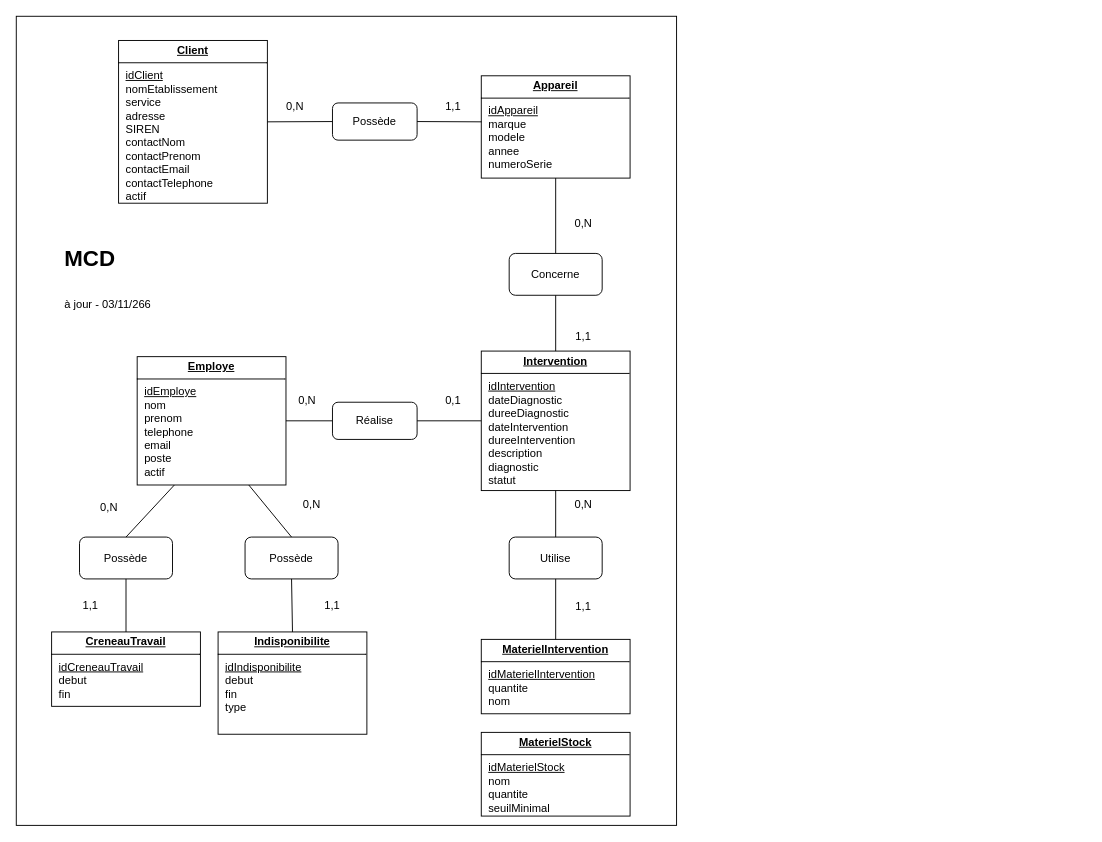
ilanven/Meditech-Care keeps this draw.io diagram as page "MCD" (1 of 4) of doc/conception/Merise - MeditechCare.drawio. Above is the earlier version. Source tidied: cells renumbered, new cells numbered last; positions are measured from the earlier drawing's top-left corner, leaving out a move shared by most shapes. Both pictures are drawn from the tidied source at 93%, with x=0, y=0 at pixel (16, 16).
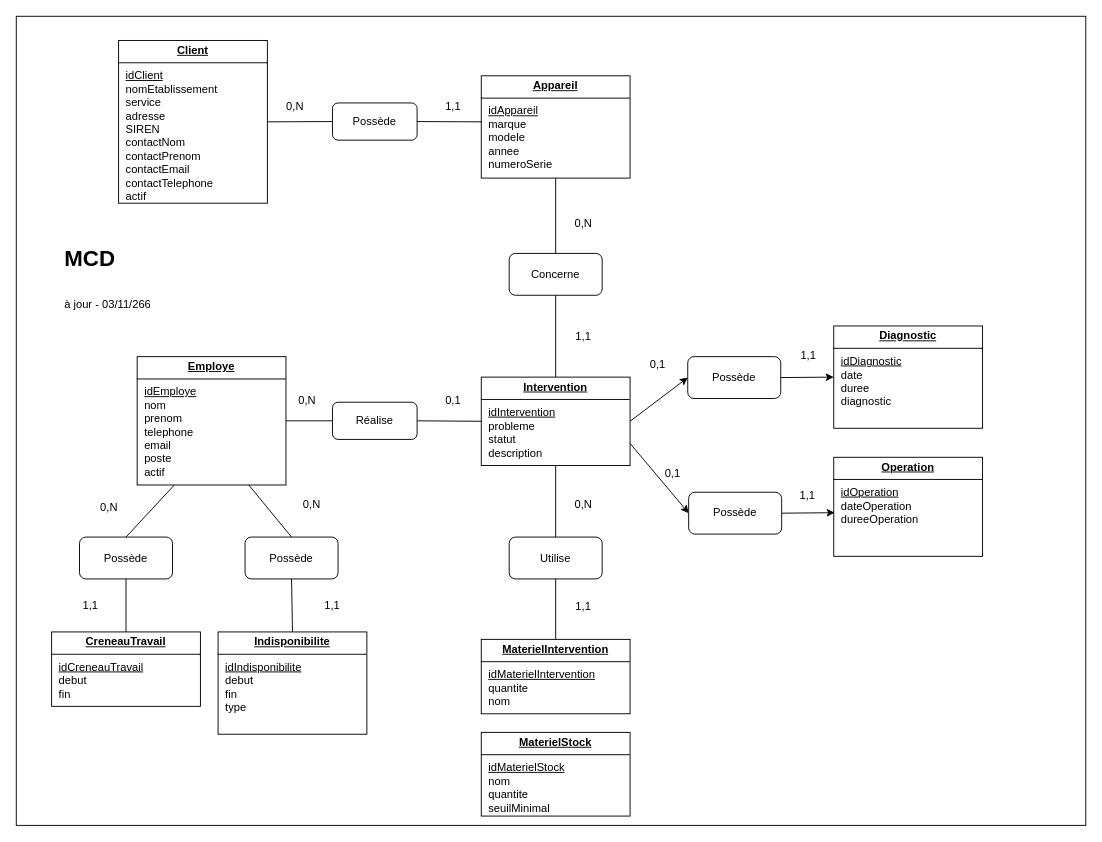
The same page after the edit.

Commit message:
maj du mcd : éclater entité Intervention

Change to the diagram source:
```diff
@@
     <mxCell id="2" style="whiteSpace=wrap;html=1;" parent="1" vertex="1">
-      <mxGeometry width="710" height="870" as="geometry" />
+      <mxGeometry width="1150" height="870" as="geometry" />
     </mxCell>
@@
+    <mxCell id="42" style="edgeStyle=none;rounded=0;jettySize=auto;html=1;exitX=1;exitY=0.5;exitDx=0;exitDy=0;entryX=0;entryY=0.5;entryDx=0;entryDy=0;defaultLabelBackgroundColor=page;" parent="1" edge="1" source="5" target="46">
+      <mxGeometry relative="1" as="geometry" />
+    </mxCell>
-    <mxCell id="5" value="&lt;p style=&quot;margin:0px;margin-top:4px;text-align:center;text-decoration:underline;&quot;&gt;&lt;b&gt;Intervention&lt;/b&gt;&lt;/p&gt;&lt;hr size=&quot;1&quot; style=&quot;border-style:solid;&quot;&gt;&lt;p style=&quot;margin:0px;margin-left:8px;&quot;&gt;&lt;span style=&quot;background-color: transparent; color: light-dark(rgb(0, 0, 0), rgb(255, 255, 255));&quot;&gt;&lt;u&gt;idIntervention&lt;/u&gt;&lt;/span&gt;&lt;/p&gt;&lt;p style=&quot;margin:0px;margin-left:8px;&quot;&gt;dateDiagnostic&lt;/p&gt;&lt;p style=&quot;margin:0px;margin-left:8px;&quot;&gt;dureeDiagnostic&lt;/p&gt;&lt;p style=&quot;margin:0px;margin-left:8px;&quot;&gt;dateIntervention&lt;/p&gt;&lt;p style=&quot;margin:0px;margin-left:8px;&quot;&gt;dureeIntervention&lt;/p&gt;&lt;p style=&quot;margin:0px;margin-left:8px;&quot;&gt;description&lt;/p&gt;&lt;p style=&quot;margin:0px;margin-left:8px;&quot;&gt;diagnostic&lt;/p&gt;&lt;p style=&quot;margin:0px;margin-left:8px;&quot;&gt;statut&lt;/p&gt;" style="verticalAlign=top;align=left;overflow=fill;html=1;whiteSpace=wrap;" parent="1" vertex="1">
-      <mxGeometry x="500" y="360" width="160" height="150" as="geometry" />
+    <mxCell id="5" value="&lt;p style=&quot;margin:0px;margin-top:4px;text-align:center;text-decoration:underline;&quot;&gt;&lt;b&gt;Intervention&lt;/b&gt;&lt;/p&gt;&lt;hr size=&quot;1&quot; style=&quot;border-style:solid;&quot;&gt;&lt;p style=&quot;margin:0px;margin-left:8px;&quot;&gt;&lt;span style=&quot;background-color: transparent; color: light-dark(rgb(0, 0, 0), rgb(255, 255, 255));&quot;&gt;&lt;u&gt;idIntervention&lt;/u&gt;&lt;/span&gt;&lt;/p&gt;&lt;p style=&quot;margin:0px;margin-left:8px;&quot;&gt;probleme&lt;/p&gt;&lt;p style=&quot;margin:0px;margin-left:8px;&quot;&gt;statut&lt;/p&gt;&lt;p style=&quot;margin:0px;margin-left:8px;&quot;&gt;&lt;span style=&quot;background-color: transparent; color: light-dark(#000000, var(--ge-light-color, #ffffff));&quot;&gt;description&lt;/span&gt;&lt;/p&gt;" style="verticalAlign=top;align=left;overflow=fill;html=1;whiteSpace=wrap;" parent="1" vertex="1">
+      <mxGeometry x="500" y="388" width="160" height="95" as="geometry" />
     </mxCell>
@@
+    <mxCell id="43" value="&lt;p style=&quot;margin:0px;margin-top:4px;text-align:center;text-decoration:underline;&quot;&gt;&lt;b&gt;Diagnostic&lt;/b&gt;&lt;/p&gt;&lt;hr size=&quot;1&quot; style=&quot;border-style:solid;&quot;&gt;&lt;p style=&quot;margin:0px;margin-left:8px;&quot;&gt;&lt;span style=&quot;background-color: transparent; color: light-dark(rgb(0, 0, 0), rgb(255, 255, 255));&quot;&gt;&lt;u&gt;idDiagnostic&lt;/u&gt;&lt;/span&gt;&lt;/p&gt;&lt;p style=&quot;margin:0px;margin-left:8px;&quot;&gt;date&lt;/p&gt;&lt;p style=&quot;margin:0px;margin-left:8px;&quot;&gt;duree&lt;/p&gt;&lt;p style=&quot;margin:0px;margin-left:8px;&quot;&gt;diagnostic&lt;/p&gt;" style="verticalAlign=top;align=left;overflow=fill;html=1;whiteSpace=wrap;" parent="1" vertex="1">
+      <mxGeometry x="879" y="333" width="160" height="110" as="geometry" />
+    </mxCell>
+    <mxCell id="44" value="&lt;p style=&quot;margin:0px;margin-top:4px;text-align:center;text-decoration:underline;&quot;&gt;&lt;b&gt;Operation&lt;/b&gt;&lt;/p&gt;&lt;hr size=&quot;1&quot; style=&quot;border-style:solid;&quot;&gt;&lt;p style=&quot;margin:0px;margin-left:8px;&quot;&gt;&lt;u&gt;idOperation&lt;/u&gt;&lt;/p&gt;&lt;p style=&quot;margin:0px;margin-left:8px;&quot;&gt;dateOperation&lt;/p&gt;&lt;p style=&quot;margin:0px;margin-left:8px;&quot;&gt;dureeOperation&lt;/p&gt;" style="verticalAlign=top;align=left;overflow=fill;html=1;whiteSpace=wrap;" parent="1" vertex="1">
+      <mxGeometry x="879" y="474.2" width="160" height="106.5" as="geometry" />
+    </mxCell>
+    <mxCell id="45" style="edgeStyle=none;rounded=0;jettySize=auto;html=1;exitX=1;exitY=0.5;exitDx=0;exitDy=0;entryX=0;entryY=0.5;entryDx=0;entryDy=0;defaultLabelBackgroundColor=page;" parent="1" edge="1" source="46" target="43">
+      <mxGeometry relative="1" as="geometry" />
+    </mxCell>
+    <mxCell id="46" value="Possède" style="rounded=1;whiteSpace=wrap;html=1;" parent="1" vertex="1">
+      <mxGeometry x="722" y="366" width="100" height="45" as="geometry" />
+    </mxCell>
+    <mxCell id="47" value="1,1" style="text;html=1;whiteSpace=wrap;strokeColor=none;fillColor=none;align=center;verticalAlign=middle;rounded=0;" parent="1" vertex="1">
+      <mxGeometry x="822" y="350" width="60" height="30" as="geometry" />
+    </mxCell>
+    <mxCell id="48" value="0,1" style="text;html=1;whiteSpace=wrap;strokeColor=none;fillColor=none;align=center;verticalAlign=middle;rounded=0;" parent="1" vertex="1">
+      <mxGeometry x="660" y="360" width="60" height="30" as="geometry" />
+    </mxCell>
+    <mxCell id="49" style="edgeStyle=none;rounded=0;jettySize=auto;html=1;exitX=1;exitY=0.75;exitDx=0;exitDy=0;entryX=0;entryY=0.5;entryDx=0;entryDy=0;defaultLabelBackgroundColor=page;" parent="1" edge="1" source="5" target="51">
+      <mxGeometry relative="1" as="geometry" />
+    </mxCell>
+    <mxCell id="50" style="edgeStyle=none;rounded=0;jettySize=auto;html=1;exitX=1;exitY=0.5;exitDx=0;exitDy=0;entryX=0;entryY=0.5;entryDx=0;entryDy=0;defaultLabelBackgroundColor=page;" parent="1" edge="1" source="51">
+      <mxGeometry relative="1" as="geometry">
+        <mxPoint x="880" y="533.8" as="targetPoint" />
+      </mxGeometry>
+    </mxCell>
+    <mxCell id="51" value="Possède" style="rounded=1;whiteSpace=wrap;html=1;" parent="1" vertex="1">
+      <mxGeometry x="723" y="511.8" width="100" height="45" as="geometry" />
+    </mxCell>
+    <mxCell id="52" value="1,1" style="text;html=1;whiteSpace=wrap;strokeColor=none;fillColor=none;align=center;verticalAlign=middle;rounded=0;" parent="1" vertex="1">
+      <mxGeometry x="821" y="500.8" width="60" height="30" as="geometry" />
+    </mxCell>
+    <mxCell id="53" value="0,1" style="text;html=1;whiteSpace=wrap;strokeColor=none;fillColor=none;align=center;verticalAlign=middle;rounded=0;" parent="1" vertex="1">
+      <mxGeometry x="676" y="476.8" width="60" height="30" as="geometry" />
+    </mxCell>
```
